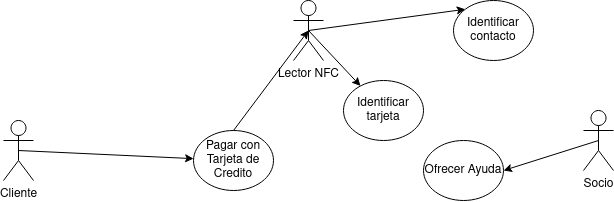
GermanOjeda/Tarea-ETS keeps this draw.io diagram as examenETS.drawio.png. Above is the earlier version. Source tidied: cells renumbered, new cells last; positions are measured from the earlier drawing's top-left corner, leaving out a move shared by most shapes. The source it was exported from:
```xml
<mxGraphModel>
  <root>
    <mxCell id="0" />
    <mxCell id="1" parent="0" />
    <mxCell id="2" style="rounded=0;jettySize=auto;html=1;exitX=0.5;exitY=0.5;exitDx=0;exitDy=0;exitPerimeter=0;entryX=1;entryY=0.5;entryDx=0;entryDy=0;" parent="1" edge="1" source="3" target="12">
      <mxGeometry relative="1" as="geometry" />
    </mxCell>
    <mxCell id="3" value="&lt;div&gt;Socio&lt;/div&gt;" style="shape=umlActor;verticalLabelPosition=bottom;verticalAlign=top;html=1;outlineConnect=0;" parent="1" vertex="1">
      <mxGeometry x="580" y="110" width="30" height="60" as="geometry" />
    </mxCell>
    <mxCell id="4" style="rounded=0;jettySize=auto;html=1;exitX=0.5;exitY=0.5;exitDx=0;exitDy=0;exitPerimeter=0;" parent="1" edge="1" source="5" target="9">
      <mxGeometry relative="1" as="geometry" />
    </mxCell>
    <mxCell id="5" value="&lt;div&gt;Cliente&lt;/div&gt;" style="shape=umlActor;verticalLabelPosition=bottom;verticalAlign=top;html=1;outlineConnect=0;" parent="1" vertex="1">
      <mxGeometry y="120" width="30" height="60" as="geometry" />
    </mxCell>
    <mxCell id="6" style="rounded=0;jettySize=auto;html=1;exitX=0.5;exitY=0.5;exitDx=0;exitDy=0;exitPerimeter=0;" parent="1" edge="1" source="8" target="10">
      <mxGeometry relative="1" as="geometry" />
    </mxCell>
    <mxCell id="7" style="rounded=0;jettySize=auto;html=1;exitX=0.5;exitY=0.5;exitDx=0;exitDy=0;exitPerimeter=0;entryX=0;entryY=0;entryDx=0;entryDy=0;" parent="1" edge="1" source="8" target="11">
      <mxGeometry relative="1" as="geometry" />
    </mxCell>
    <mxCell id="8" value="Lector NFC" style="shape=umlActor;verticalLabelPosition=bottom;verticalAlign=top;html=1;outlineConnect=0;" parent="1" vertex="1">
      <mxGeometry x="290" width="30" height="60" as="geometry" />
    </mxCell>
    <mxCell id="9" value="Pagar con Tarjeta de Credito" style="ellipse;whiteSpace=wrap;html=1;" parent="1" vertex="1">
      <mxGeometry x="190" y="130" width="80" height="60" as="geometry" />
    </mxCell>
    <mxCell id="10" value="Identificar tarjeta" style="ellipse;whiteSpace=wrap;html=1;" parent="1" vertex="1">
      <mxGeometry x="340" y="80" width="80" height="60" as="geometry" />
    </mxCell>
    <mxCell id="11" value="Identificar contacto" style="ellipse;whiteSpace=wrap;html=1;" parent="1" vertex="1">
      <mxGeometry x="450" width="80" height="60" as="geometry" />
    </mxCell>
    <mxCell id="12" value="Ofrecer Ayuda" style="ellipse;whiteSpace=wrap;html=1;" parent="1" vertex="1">
      <mxGeometry x="420" y="140" width="80" height="60" as="geometry" />
    </mxCell>
    <mxCell id="13" style="rounded=0;jettySize=auto;html=1;exitX=0.5;exitY=0;exitDx=0;exitDy=0;entryX=0.5;entryY=0.5;entryDx=0;entryDy=0;entryPerimeter=0;" parent="1" edge="1" source="9" target="8">
      <mxGeometry relative="1" as="geometry" />
    </mxCell>
  </root>
</mxGraphModel>
```
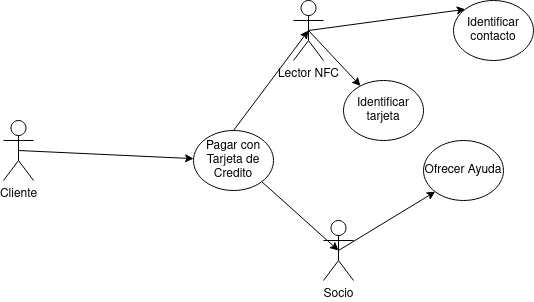
Later version of the same file.

What changed in the source:
```diff
@@ -2,11 +2,11 @@
   <root>
     <mxCell id="0" />
     <mxCell id="1" parent="0" />
-    <mxCell id="2" style="rounded=0;jettySize=auto;html=1;exitX=0.5;exitY=0.5;exitDx=0;exitDy=0;exitPerimeter=0;entryX=1;entryY=0.5;entryDx=0;entryDy=0;" parent="1" edge="1" source="3" target="12">
+    <mxCell id="2" style="rounded=0;jettySize=auto;html=1;exitX=0.5;exitY=0.5;exitDx=0;exitDy=0;exitPerimeter=0;entryX=0;entryY=1;entryDx=0;entryDy=0;" parent="1" edge="1" source="3" target="12">
       <mxGeometry relative="1" as="geometry" />
     </mxCell>
     <mxCell id="3" value="&lt;div&gt;Socio&lt;/div&gt;" style="shape=umlActor;verticalLabelPosition=bottom;verticalAlign=top;html=1;outlineConnect=0;" parent="1" vertex="1">
-      <mxGeometry x="580" y="110" width="30" height="60" as="geometry" />
+      <mxGeometry x="320" y="220" width="30" height="60" as="geometry" />
     </mxCell>
     <mxCell id="4" style="rounded=0;jettySize=auto;html=1;exitX=0.5;exitY=0.5;exitDx=0;exitDy=0;exitPerimeter=0;" parent="1" edge="1" source="5" target="9">
       <mxGeometry relative="1" as="geometry" />
@@ -38,5 +38,8 @@
     <mxCell id="13" style="rounded=0;jettySize=auto;html=1;exitX=0.5;exitY=0;exitDx=0;exitDy=0;entryX=0.5;entryY=0.5;entryDx=0;entryDy=0;entryPerimeter=0;" parent="1" edge="1" source="9" target="8">
       <mxGeometry relative="1" as="geometry" />
     </mxCell>
+    <mxCell id="14" style="rounded=0;jettySize=auto;html=1;exitX=1;exitY=1;exitDx=0;exitDy=0;entryX=0.5;entryY=0.5;entryDx=0;entryDy=0;entryPerimeter=0;" parent="1" edge="1" source="9" target="3">
+      <mxGeometry relative="1" as="geometry" />
+    </mxCell>
   </root>
 </mxGraphModel>
```
